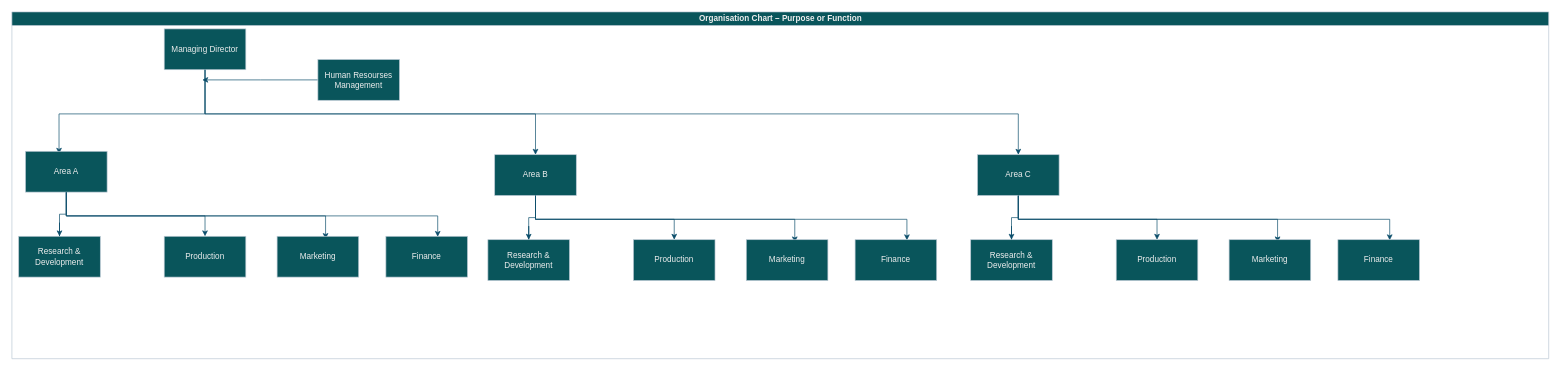
Before: Organization3.drawio in Yolanda2002/enterprise-draw, a draw.io diagram. Source tidied: cells renumbered, new cells numbered last; positions are measured from the earlier drawing's top-left corner, leaving out a move shared by most shapes. Both pictures are drawn from the tidied source at 68%, with x=0, y=0 at pixel (12, 12).
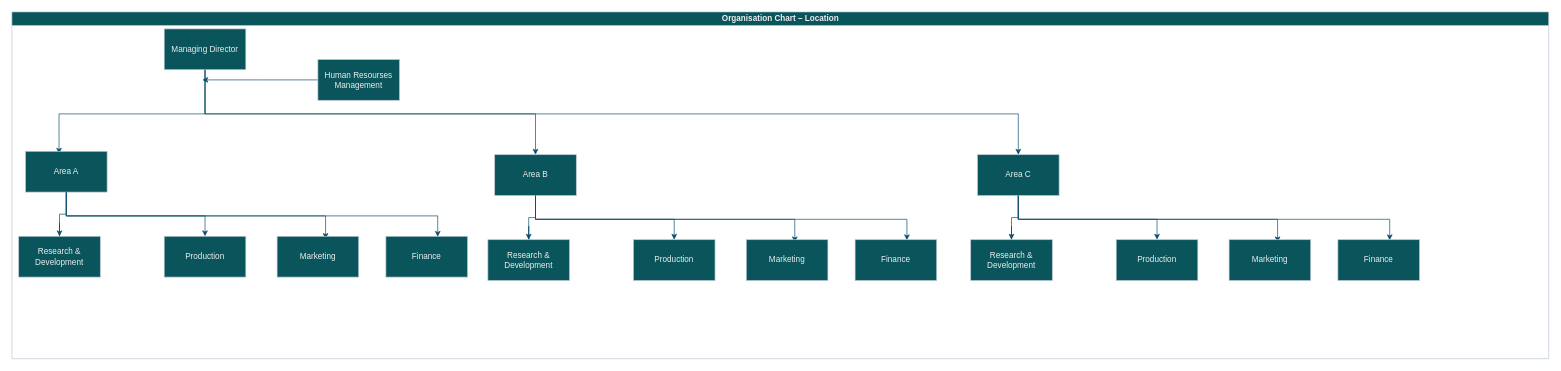
The same page after the edit.

Change to the diagram source:
```diff
@@
-    <mxCell id="2" value="Organisation Chart – Purpose or Function" style="swimlane;html=1;startSize=20;horizontal=1;containerType=tree;glass=0;labelBackgroundColor=none;fillColor=#09555B;strokeColor=#BAC8D3;fontColor=#EEEEEE;" parent="1" vertex="1">
+    <mxCell id="2" value="Organisation Chart – Location" style="swimlane;html=1;startSize=20;horizontal=1;containerType=tree;glass=0;labelBackgroundColor=none;fillColor=#09555B;strokeColor=#BAC8D3;fontColor=#EEEEEE;" parent="1" vertex="1">
       <mxGeometry width="2260" height="510" as="geometry" />
     </mxCell>
```
